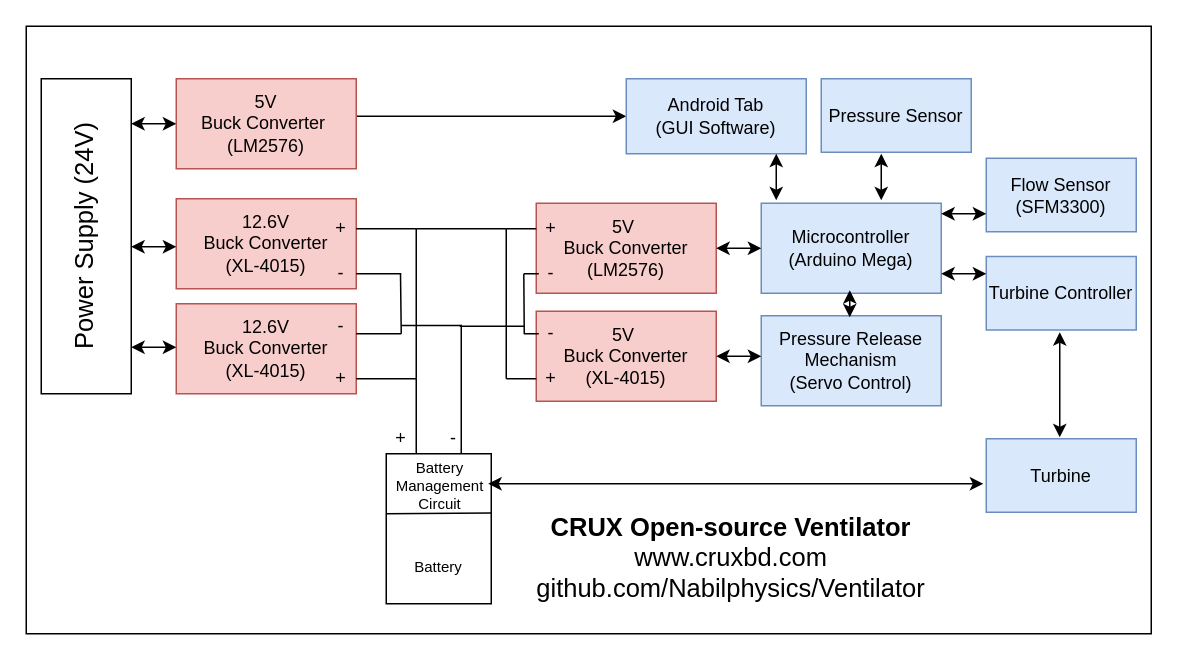
Before: Electronics/crux ventilator circuit diagram.drawio in Nabilphysics/ventilator, a draw.io diagram. Source tidied: cells renumbered, new cells numbered last; positions are measured from the earlier drawing's top-left corner, leaving out a move shared by most shapes. Both pictures are drawn from the tidied source at 150%, with x=0, y=0 at pixel (-57, 26).
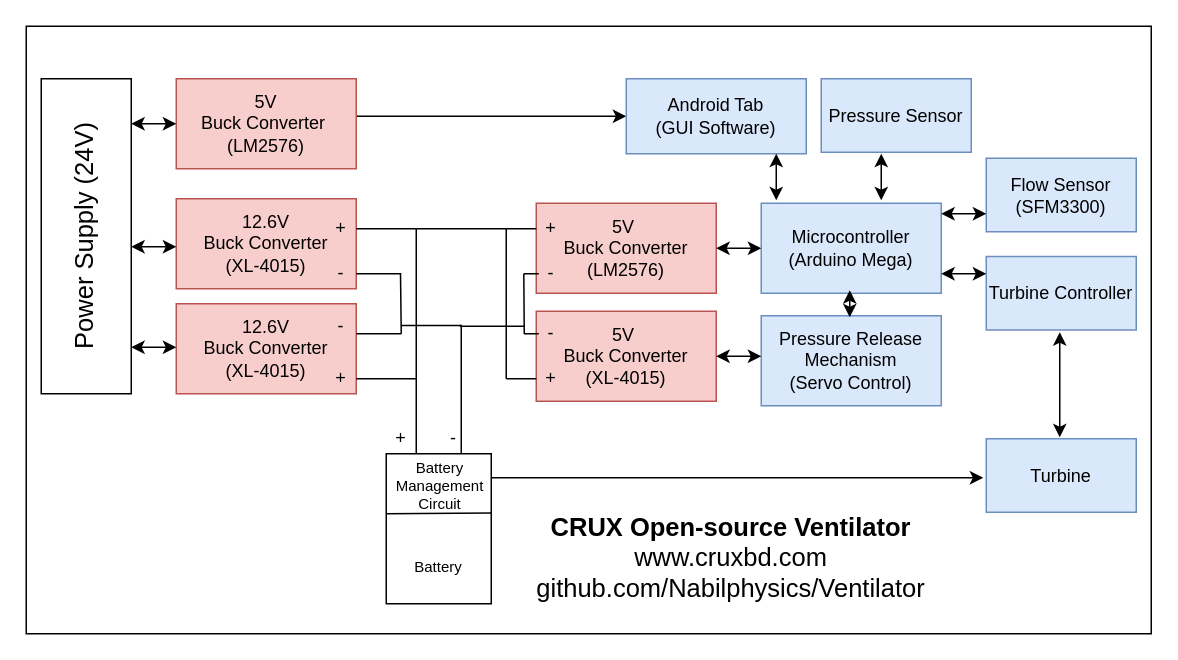
Above is the later version.

Commit message (it also covers changes not shown here):
circuit diagram high level

What changed in the source:
```diff
@@
-    <mxCell id="51" style="endArrow=classic;startArrow=classic;html=1;" parent="1" edge="1">
-      <mxGeometry relative="1" as="geometry">
-        <mxPoint x="363" y="305" as="sourcePoint" />
-        <mxPoint x="693" y="305" as="targetPoint" />
-      </mxGeometry>
-    </mxCell>
@@
+    <mxCell id="66" style="endArrow=classic;html=1;fontSize=17;fontColor=#000000;" parent="1" edge="1">
+      <mxGeometry relative="1" as="geometry">
+        <mxPoint x="365" y="301" as="sourcePoint" />
+        <mxPoint x="693" y="301" as="targetPoint" />
+      </mxGeometry>
+    </mxCell>
```
